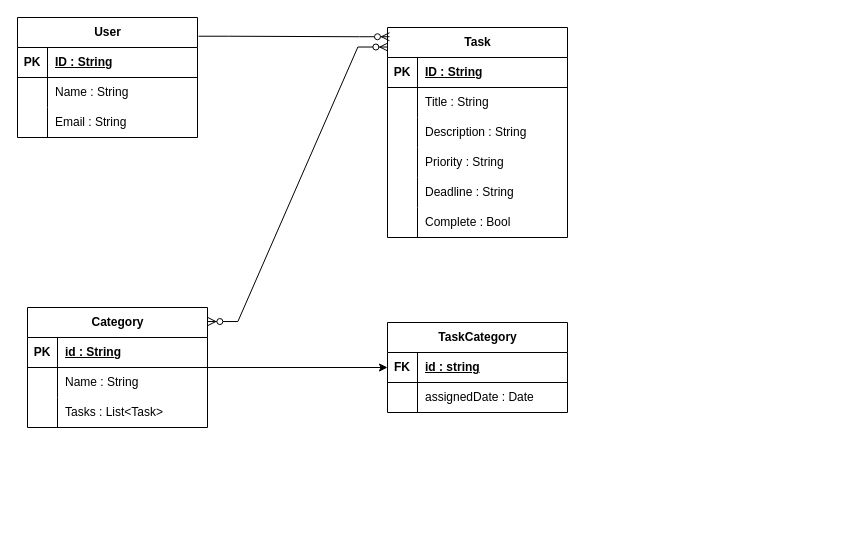
Earlier version of the draw.io diagram databaseDiagram/Untitled Diagram.drawio (parinya-ao/databaseMidtermProject). Source tidied: cells renumbered, new cells numbered last; positions are measured from the earlier drawing's top-left corner, leaving out a move shared by most shapes. Both pictures are drawn from the tidied source at 100%, with x=0, y=0 at pixel (17, 17).
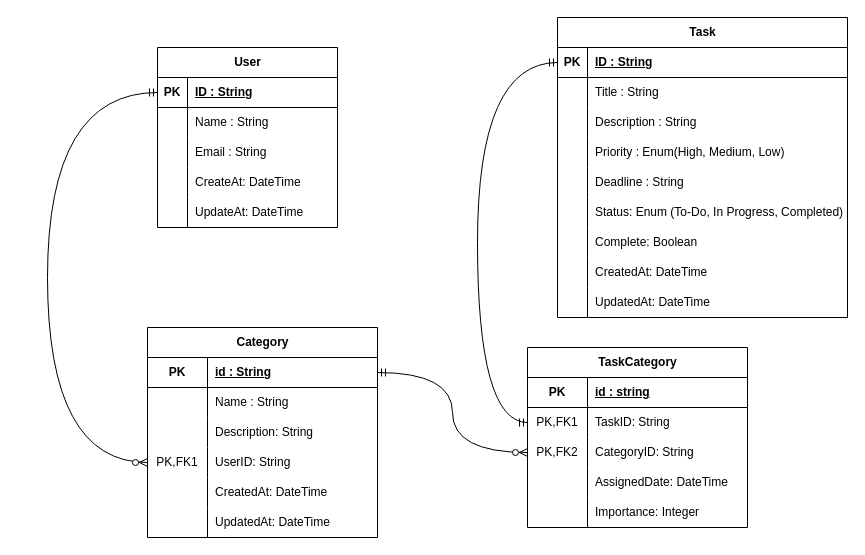
After the change.

The change refers to these unchanged cells:
```xml
<mxCell id="3" style="shape=tableRow;horizontal=0;startSize=0;swimlaneHead=0;swimlaneBody=0;fillColor=none;points=[[0,0.5],[1,0.5]];portConstraint=eastwest;top=0;left=0;right=0;bottom=1;" parent="2" vertex="1">
  <mxGeometry y="30" width="180" height="30" as="geometry" />
</mxCell>
```

Change to the diagram source:
```diff
@@
     <mxCell id="2" value="User" style="shape=table;startSize=30;childLayout=tableLayout;rowLines=0;fontStyle=1;align=center;html=1;" parent="1" vertex="1">
-      <mxGeometry width="180" height="120" as="geometry" />
+      <mxGeometry x="140" y="30" width="180" height="180" as="geometry" />
     </mxCell>
@@
+    <mxCell id="52" style="shape=tableRow;horizontal=0;startSize=0;swimlaneHead=0;swimlaneBody=0;fillColor=none;top=0;left=0;right=0;bottom=0;" parent="2" vertex="1">
+      <mxGeometry y="120" width="180" height="30" as="geometry" />
+    </mxCell>
+    <mxCell id="53" style="shape=partialRectangle;fillColor=none;top=0;left=0;bottom=0;right=0;overflow=hidden;whiteSpace=wrap;html=1;" parent="52" vertex="1">
+      <mxGeometry width="30" height="30" as="geometry" />
+    </mxCell>
+    <mxCell id="54" value="CreateAt: DateTime" style="shape=partialRectangle;fillColor=none;top=0;left=0;bottom=0;right=0;align=left;spacingLeft=6;overflow=hidden;whiteSpace=wrap;html=1;" parent="52" vertex="1">
+      <mxGeometry x="30" width="150" height="30" as="geometry" />
+    </mxCell>
+    <mxCell id="55" style="shape=tableRow;horizontal=0;startSize=0;swimlaneHead=0;swimlaneBody=0;fillColor=none;top=0;left=0;right=0;bottom=0;" parent="2" vertex="1">
+      <mxGeometry y="150" width="180" height="30" as="geometry" />
+    </mxCell>
+    <mxCell id="56" style="shape=partialRectangle;fillColor=none;top=0;left=0;bottom=0;right=0;overflow=hidden;whiteSpace=wrap;html=1;" parent="55" vertex="1">
+      <mxGeometry width="30" height="30" as="geometry" />
+    </mxCell>
+    <mxCell id="57" value="UpdateAt: DateTime" style="shape=partialRectangle;fillColor=none;top=0;left=0;bottom=0;right=0;align=left;spacingLeft=6;overflow=hidden;whiteSpace=wrap;html=1;" parent="55" vertex="1">
+      <mxGeometry x="30" width="150" height="30" as="geometry" />
+    </mxCell>
     <mxCell id="12" style="shape=tableRow;horizontal=0;startSize=0;swimlaneHead=0;swimlaneBody=0;fillColor=none;top=0;left=0;right=0;bottom=0;" parent="1" vertex="1">
-      <mxGeometry x="360" y="130" width="180" height="30" as="geometry" />
+      <mxGeometry x="430" y="130" width="180" height="30" as="geometry" />
     </mxCell>
     <mxCell id="13" value="Task" style="shape=table;startSize=30;childLayout=tableLayout;rowLines=0;fontStyle=1;align=center;html=1;" parent="1" vertex="1">
-      <mxGeometry x="370" y="10" width="180" height="210" as="geometry" />
+      <mxGeometry x="540" width="290" height="300" as="geometry" />
     </mxCell>
     <mxCell id="14" style="shape=tableRow;horizontal=0;startSize=0;swimlaneHead=0;swimlaneBody=0;fillColor=none;points=[[0,0.5],[1,0.5]];portConstraint=eastwest;top=0;left=0;right=0;bottom=1;" parent="13" vertex="1">
-      <mxGeometry y="30" width="180" height="30" as="geometry" />
+      <mxGeometry y="30" width="290" height="30" as="geometry" />
     </mxCell>
@@
     <mxCell id="16" value="ID : String" style="shape=partialRectangle;fillColor=none;top=0;left=0;bottom=0;right=0;align=left;spacingLeft=6;fontStyle=5;overflow=hidden;whiteSpace=wrap;html=1;" parent="14" vertex="1">
-      <mxGeometry x="30" width="150" height="30" as="geometry" />
+      <mxGeometry x="30" width="260" height="30" as="geometry" />
     </mxCell>
     <mxCell id="17" style="shape=tableRow;horizontal=0;startSize=0;swimlaneHead=0;swimlaneBody=0;fillColor=none;top=0;left=0;right=0;bottom=0;" parent="13" vertex="1">
-      <mxGeometry y="60" width="180" height="30" as="geometry" />
+      <mxGeometry y="60" width="290" height="30" as="geometry" />
     </mxCell>
@@
     <mxCell id="19" value="Title : String" style="shape=partialRectangle;fillColor=none;top=0;left=0;bottom=0;right=0;align=left;spacingLeft=6;overflow=hidden;whiteSpace=wrap;html=1;" parent="17" vertex="1">
-      <mxGeometry x="30" width="150" height="30" as="geometry" />
+      <mxGeometry x="30" width="260" height="30" as="geometry" />
     </mxCell>
     <mxCell id="20" style="shape=tableRow;horizontal=0;startSize=0;swimlaneHead=0;swimlaneBody=0;fillColor=none;top=0;left=0;right=0;bottom=0;" parent="13" vertex="1">
-      <mxGeometry y="90" width="180" height="30" as="geometry" />
+      <mxGeometry y="90" width="290" height="30" as="geometry" />
     </mxCell>
@@
     <mxCell id="22" value="Description : String" style="shape=partialRectangle;fillColor=none;top=0;left=0;bottom=0;right=0;align=left;spacingLeft=6;overflow=hidden;whiteSpace=wrap;html=1;" parent="20" vertex="1">
-      <mxGeometry x="30" width="150" height="30" as="geometry" />
+      <mxGeometry x="30" width="260" height="30" as="geometry" />
     </mxCell>
     <mxCell id="23" style="shape=tableRow;horizontal=0;startSize=0;swimlaneHead=0;swimlaneBody=0;fillColor=none;top=0;left=0;right=0;bottom=0;" parent="13" vertex="1">
-      <mxGeometry y="120" width="180" height="30" as="geometry" />
+      <mxGeometry y="120" width="290" height="30" as="geometry" />
     </mxCell>
@@
-    <mxCell id="25" value="Priority : String" style="shape=partialRectangle;fillColor=none;top=0;left=0;bottom=0;right=0;align=left;spacingLeft=6;overflow=hidden;whiteSpace=wrap;html=1;" parent="23" vertex="1">
-      <mxGeometry x="30" width="150" height="30" as="geometry" />
+    <mxCell id="25" value="Priority : Enum(High, Medium, Low)" style="shape=partialRectangle;fillColor=none;top=0;left=0;bottom=0;right=0;align=left;spacingLeft=6;overflow=hidden;whiteSpace=wrap;html=1;" parent="23" vertex="1">
+      <mxGeometry x="30" width="260" height="30" as="geometry" />
     </mxCell>
     <mxCell id="26" style="shape=tableRow;horizontal=0;startSize=0;swimlaneHead=0;swimlaneBody=0;fillColor=none;top=0;left=0;right=0;bottom=0;" parent="13" vertex="1">
-      <mxGeometry y="150" width="180" height="30" as="geometry" />
+      <mxGeometry y="150" width="290" height="30" as="geometry" />
     </mxCell>
@@
     <mxCell id="28" value="Deadline : String" style="shape=partialRectangle;fillColor=none;top=0;left=0;bottom=0;right=0;align=left;spacingLeft=6;overflow=hidden;whiteSpace=wrap;html=1;" parent="26" vertex="1">
-      <mxGeometry x="30" width="150" height="30" as="geometry" />
+      <mxGeometry x="30" width="260" height="30" as="geometry" />
     </mxCell>
     <mxCell id="29" style="shape=tableRow;horizontal=0;startSize=0;swimlaneHead=0;swimlaneBody=0;fillColor=none;top=0;left=0;right=0;bottom=0;" parent="13" vertex="1">
-      <mxGeometry y="180" width="180" height="30" as="geometry" />
+      <mxGeometry y="180" width="290" height="30" as="geometry" />
     </mxCell>
@@
-    <mxCell id="31" value="Complete : Bool" style="shape=partialRectangle;fillColor=none;top=0;left=0;bottom=0;right=0;align=left;spacingLeft=6;overflow=hidden;whiteSpace=wrap;html=1;" parent="29" vertex="1">
-      <mxGeometry x="30" width="150" height="30" as="geometry" />
+    <mxCell id="31" value="Status: Enum (To-Do, In Progress, Completed)" style="shape=partialRectangle;fillColor=none;top=0;left=0;bottom=0;right=0;align=left;spacingLeft=6;overflow=hidden;whiteSpace=wrap;html=1;" parent="29" vertex="1">
+      <mxGeometry x="30" width="260" height="30" as="geometry" />
     </mxCell>
-    <mxCell id="32" style="edgeStyle=orthogonalEdgeStyle;rounded=0;jettySize=auto;html=1;exitX=1;exitY=0.5;exitDx=0;exitDy=0;entryX=0;entryY=0.5;entryDx=0;entryDy=0;" parent="1" edge="1" source="33" target="45">
-      <mxGeometry relative="1" as="geometry" />
-    </mxCell>
+    <mxCell id="58" style="shape=tableRow;horizontal=0;startSize=0;swimlaneHead=0;swimlaneBody=0;fillColor=none;top=0;left=0;right=0;bottom=0;" parent="13" vertex="1">
+      <mxGeometry y="210" width="290" height="30" as="geometry" />
+    </mxCell>
+    <mxCell id="59" style="shape=partialRectangle;fillColor=none;top=0;left=0;bottom=0;right=0;overflow=hidden;whiteSpace=wrap;html=1;" parent="58" vertex="1">
+      <mxGeometry width="30" height="30" as="geometry" />
+    </mxCell>
+    <mxCell id="60" value="Complete: Boolean" style="shape=partialRectangle;fillColor=none;top=0;left=0;bottom=0;right=0;align=left;spacingLeft=6;overflow=hidden;whiteSpace=wrap;html=1;" parent="58" vertex="1">
+      <mxGeometry x="30" width="260" height="30" as="geometry" />
+    </mxCell>
+    <mxCell id="61" style="shape=tableRow;horizontal=0;startSize=0;swimlaneHead=0;swimlaneBody=0;fillColor=none;top=0;left=0;right=0;bottom=0;" parent="13" vertex="1">
+      <mxGeometry y="240" width="290" height="30" as="geometry" />
+    </mxCell>
+    <mxCell id="62" style="shape=partialRectangle;fillColor=none;top=0;left=0;bottom=0;right=0;overflow=hidden;whiteSpace=wrap;html=1;" parent="61" vertex="1">
+      <mxGeometry width="30" height="30" as="geometry" />
+    </mxCell>
+    <mxCell id="63" value="CreatedAt: DateTime" style="shape=partialRectangle;fillColor=none;top=0;left=0;bottom=0;right=0;align=left;spacingLeft=6;overflow=hidden;whiteSpace=wrap;html=1;" parent="61" vertex="1">
+      <mxGeometry x="30" width="260" height="30" as="geometry" />
+    </mxCell>
+    <mxCell id="64" style="shape=tableRow;horizontal=0;startSize=0;swimlaneHead=0;swimlaneBody=0;fillColor=none;top=0;left=0;right=0;bottom=0;" parent="13" vertex="1">
+      <mxGeometry y="270" width="290" height="30" as="geometry" />
+    </mxCell>
+    <mxCell id="65" style="shape=partialRectangle;fillColor=none;top=0;left=0;bottom=0;right=0;overflow=hidden;whiteSpace=wrap;html=1;" parent="64" vertex="1">
+      <mxGeometry width="30" height="30" as="geometry" />
+    </mxCell>
+    <mxCell id="66" value="UpdatedAt: DateTime" style="shape=partialRectangle;fillColor=none;top=0;left=0;bottom=0;right=0;align=left;spacingLeft=6;overflow=hidden;whiteSpace=wrap;html=1;" parent="64" vertex="1">
+      <mxGeometry x="30" width="260" height="30" as="geometry" />
+    </mxCell>
     <mxCell id="33" value="Category" style="shape=table;startSize=30;childLayout=tableLayout;rowLines=0;fontStyle=1;align=center;html=1;" parent="1" vertex="1">
-      <mxGeometry x="10" y="290" width="180" height="120" as="geometry" />
+      <mxGeometry x="130" y="310" width="230" height="210" as="geometry" />
     </mxCell>
     <mxCell id="34" style="shape=tableRow;horizontal=0;startSize=0;swimlaneHead=0;swimlaneBody=0;fillColor=none;points=[[0,0.5],[1,0.5]];portConstraint=eastwest;top=0;left=0;right=0;bottom=1;" parent="33" vertex="1">
-      <mxGeometry y="30" width="180" height="30" as="geometry" />
+      <mxGeometry y="30" width="230" height="30" as="geometry" />
     </mxCell>
     <mxCell id="35" value="PK" style="shape=partialRectangle;fillColor=none;top=0;left=0;bottom=0;right=0;fontStyle=1;overflow=hidden;whiteSpace=wrap;html=1;" parent="34" vertex="1">
-      <mxGeometry width="30" height="30" as="geometry" />
+      <mxGeometry width="60" height="30" as="geometry" />
     </mxCell>
     <mxCell id="36" value="id : String" style="shape=partialRectangle;fillColor=none;top=0;left=0;bottom=0;right=0;align=left;spacingLeft=6;fontStyle=5;overflow=hidden;whiteSpace=wrap;html=1;" parent="34" vertex="1">
-      <mxGeometry x="30" width="150" height="30" as="geometry" />
+      <mxGeometry x="60" width="170" height="30" as="geometry" />
     </mxCell>
     <mxCell id="37" style="shape=tableRow;horizontal=0;startSize=0;swimlaneHead=0;swimlaneBody=0;fillColor=none;top=0;left=0;right=0;bottom=0;" parent="33" vertex="1">
-      <mxGeometry y="60" width="180" height="30" as="geometry" />
+      <mxGeometry y="60" width="230" height="30" as="geometry" />
     </mxCell>
     <mxCell id="38" style="shape=partialRectangle;fillColor=none;top=0;left=0;bottom=0;right=0;overflow=hidden;whiteSpace=wrap;html=1;" parent="37" vertex="1">
-      <mxGeometry width="30" height="30" as="geometry" />
+      <mxGeometry width="60" height="30" as="geometry" />
     </mxCell>
     <mxCell id="39" value="Name : String" style="shape=partialRectangle;fillColor=none;top=0;left=0;bottom=0;right=0;align=left;spacingLeft=6;overflow=hidden;whiteSpace=wrap;html=1;" parent="37" vertex="1">
-      <mxGeometry x="30" width="150" height="30" as="geometry" />
+      <mxGeometry x="60" width="170" height="30" as="geometry" />
     </mxCell>
+    <mxCell id="67" style="shape=tableRow;horizontal=0;startSize=0;swimlaneHead=0;swimlaneBody=0;fillColor=none;top=0;left=0;right=0;bottom=0;" parent="33" vertex="1">
+      <mxGeometry y="90" width="230" height="30" as="geometry" />
+    </mxCell>
+    <mxCell id="68" style="shape=partialRectangle;fillColor=none;top=0;left=0;bottom=0;right=0;overflow=hidden;whiteSpace=wrap;html=1;" parent="67" vertex="1">
+      <mxGeometry width="60" height="30" as="geometry" />
+    </mxCell>
+    <mxCell id="69" value="Description: String" style="shape=partialRectangle;fillColor=none;top=0;left=0;bottom=0;right=0;align=left;spacingLeft=6;overflow=hidden;whiteSpace=wrap;html=1;" parent="67" vertex="1">
+      <mxGeometry x="60" width="170" height="30" as="geometry" />
+    </mxCell>
     <mxCell id="40" style="shape=tableRow;horizontal=0;startSize=0;swimlaneHead=0;swimlaneBody=0;fillColor=none;points=[[0,0.5],[1,0.5]];portConstraint=eastwest;top=0;left=0;right=0;bottom=0;" parent="33" vertex="1">
-      <mxGeometry y="90" width="180" height="30" as="geometry" />
+      <mxGeometry y="120" width="230" height="30" as="geometry" />
     </mxCell>
-    <mxCell id="41" style="shape=partialRectangle;fillColor=none;top=0;left=0;bottom=0;right=0;overflow=hidden;whiteSpace=wrap;html=1;" parent="40" vertex="1">
-      <mxGeometry width="30" height="30" as="geometry" />
+    <mxCell id="41" value="PK,FK1" style="shape=partialRectangle;fillColor=none;top=0;left=0;bottom=0;right=0;overflow=hidden;whiteSpace=wrap;html=1;" parent="40" vertex="1">
+      <mxGeometry width="60" height="30" as="geometry" />
     </mxCell>
-    <mxCell id="42" value="Tasks : List&amp;lt;Task&amp;gt;" style="shape=partialRectangle;fillColor=none;top=0;left=0;bottom=0;right=0;align=left;spacingLeft=6;overflow=hidden;whiteSpace=wrap;html=1;" parent="40" vertex="1">
-      <mxGeometry x="30" width="150" height="30" as="geometry" />
+    <mxCell id="42" value="UserID: String&amp;nbsp;" style="shape=partialRectangle;fillColor=none;top=0;left=0;bottom=0;right=0;align=left;spacingLeft=6;overflow=hidden;whiteSpace=wrap;html=1;" parent="40" vertex="1">
+      <mxGeometry x="60" width="170" height="30" as="geometry" />
     </mxCell>
-    <mxCell id="43" style="edgeStyle=entityRelationEdgeStyle;fontSize=12;html=1;endArrow=ERzeroToMany;endFill=1;rounded=0;exitX=1.006;exitY=0.156;exitDx=0;exitDy=0;exitPerimeter=0;entryX=0.011;entryY=0.044;entryDx=0;entryDy=0;entryPerimeter=0;" parent="1" edge="1" source="2" target="13">
-      <mxGeometry relative="1" as="geometry">
-        <Array as="points">
-          <mxPoint x="270" y="50" />
-        </Array>
-      </mxGeometry>
-    </mxCell>
+    <mxCell id="70" style="shape=tableRow;horizontal=0;startSize=0;swimlaneHead=0;swimlaneBody=0;fillColor=none;top=0;left=0;right=0;bottom=0;" parent="33" vertex="1">
+      <mxGeometry y="150" width="230" height="30" as="geometry" />
+    </mxCell>
+    <mxCell id="71" style="shape=partialRectangle;fillColor=none;top=0;left=0;bottom=0;right=0;overflow=hidden;whiteSpace=wrap;html=1;" parent="70" vertex="1">
+      <mxGeometry width="60" height="30" as="geometry" />
+    </mxCell>
+    <mxCell id="72" value="CreatedAt: DateTime" style="shape=partialRectangle;fillColor=none;top=0;left=0;bottom=0;right=0;align=left;spacingLeft=6;overflow=hidden;whiteSpace=wrap;html=1;" parent="70" vertex="1">
+      <mxGeometry x="60" width="170" height="30" as="geometry" />
+    </mxCell>
+    <mxCell id="73" style="shape=tableRow;horizontal=0;startSize=0;swimlaneHead=0;swimlaneBody=0;fillColor=none;top=0;left=0;right=0;bottom=0;" parent="33" vertex="1">
+      <mxGeometry y="180" width="230" height="30" as="geometry" />
+    </mxCell>
+    <mxCell id="74" style="shape=partialRectangle;fillColor=none;top=0;left=0;bottom=0;right=0;overflow=hidden;whiteSpace=wrap;html=1;" parent="73" vertex="1">
+      <mxGeometry width="60" height="30" as="geometry" />
+    </mxCell>
+    <mxCell id="75" value="UpdatedAt: DateTime" style="shape=partialRectangle;fillColor=none;top=0;left=0;bottom=0;right=0;align=left;spacingLeft=6;overflow=hidden;whiteSpace=wrap;html=1;" parent="73" vertex="1">
+      <mxGeometry x="60" width="170" height="30" as="geometry" />
+    </mxCell>
     <mxCell id="44" value="TaskCategory" style="shape=table;startSize=30;childLayout=tableLayout;rowLines=0;fontStyle=1;align=center;html=1;" parent="1" vertex="1">
-      <mxGeometry x="370" y="305" width="180" height="90" as="geometry" />
+      <mxGeometry x="510" y="330" width="220" height="180" as="geometry" />
     </mxCell>
     <mxCell id="45" style="shape=tableRow;horizontal=0;startSize=0;swimlaneHead=0;swimlaneBody=0;fillColor=none;points=[[0,0.5],[1,0.5]];portConstraint=eastwest;top=0;left=0;right=0;bottom=1;" parent="44" vertex="1">
-      <mxGeometry y="30" width="180" height="30" as="geometry" />
+      <mxGeometry y="30" width="220" height="30" as="geometry" />
     </mxCell>
-    <mxCell id="46" value="FK" style="shape=partialRectangle;fillColor=none;top=0;left=0;bottom=0;right=0;fontStyle=1;overflow=hidden;whiteSpace=wrap;html=1;" parent="45" vertex="1">
-      <mxGeometry width="30" height="30" as="geometry" />
+    <mxCell id="46" value="PK" style="shape=partialRectangle;fillColor=none;top=0;left=0;bottom=0;right=0;fontStyle=1;overflow=hidden;whiteSpace=wrap;html=1;" parent="45" vertex="1">
+      <mxGeometry width="60" height="30" as="geometry" />
     </mxCell>
     <mxCell id="47" value="id : string" style="shape=partialRectangle;fillColor=none;top=0;left=0;bottom=0;right=0;align=left;spacingLeft=6;fontStyle=5;overflow=hidden;whiteSpace=wrap;html=1;" parent="45" vertex="1">
-      <mxGeometry x="30" width="150" height="30" as="geometry" />
+      <mxGeometry x="60" width="160" height="30" as="geometry" />
     </mxCell>
     <mxCell id="48" style="shape=tableRow;horizontal=0;startSize=0;swimlaneHead=0;swimlaneBody=0;fillColor=none;points=[[0,0.5],[1,0.5]];portConstraint=eastwest;top=0;left=0;right=0;bottom=0;" parent="44" vertex="1">
-      <mxGeometry y="60" width="180" height="30" as="geometry" />
+      <mxGeometry y="60" width="220" height="30" as="geometry" />
     </mxCell>
-    <mxCell id="49" style="shape=partialRectangle;fillColor=none;top=0;left=0;bottom=0;right=0;overflow=hidden;whiteSpace=wrap;html=1;" parent="48" vertex="1">
-      <mxGeometry width="30" height="30" as="geometry" />
+    <mxCell id="49" value="PK,FK1" style="shape=partialRectangle;fillColor=none;top=0;left=0;bottom=0;right=0;overflow=hidden;whiteSpace=wrap;html=1;" parent="48" vertex="1">
+      <mxGeometry width="60" height="30" as="geometry" />
     </mxCell>
-    <mxCell id="50" value="assignedDate : Date" style="shape=partialRectangle;fillColor=none;top=0;left=0;bottom=0;right=0;align=left;spacingLeft=6;overflow=hidden;whiteSpace=wrap;html=1;" parent="48" vertex="1">
-      <mxGeometry x="30" width="150" height="30" as="geometry" />
+    <mxCell id="50" value="TaskID: String" style="shape=partialRectangle;fillColor=none;top=0;left=0;bottom=0;right=0;align=left;spacingLeft=6;overflow=hidden;whiteSpace=wrap;html=1;" parent="48" vertex="1">
+      <mxGeometry x="60" width="160" height="30" as="geometry" />
     </mxCell>
-    <mxCell id="51" style="edgeStyle=entityRelationEdgeStyle;fontSize=12;html=1;endArrow=ERzeroToMany;endFill=1;startArrow=ERzeroToMany;rounded=0;exitX=1.002;exitY=0.117;exitDx=0;exitDy=0;exitPerimeter=0;entryX=0.002;entryY=0.093;entryDx=0;entryDy=0;entryPerimeter=0;" parent="1" edge="1" source="33" target="13">
-      <mxGeometry relative="1" as="geometry" />
-    </mxCell>
+    <mxCell id="76" style="shape=tableRow;horizontal=0;startSize=0;swimlaneHead=0;swimlaneBody=0;fillColor=none;points=[[0,0.5],[1,0.5]];portConstraint=eastwest;top=0;left=0;right=0;bottom=0;" parent="44" vertex="1">
+      <mxGeometry y="90" width="220" height="30" as="geometry" />
+    </mxCell>
+    <mxCell id="77" value="PK,FK2" style="shape=partialRectangle;fillColor=none;top=0;left=0;bottom=0;right=0;overflow=hidden;whiteSpace=wrap;html=1;" parent="76" vertex="1">
+      <mxGeometry width="60" height="30" as="geometry" />
+    </mxCell>
+    <mxCell id="78" value="CategoryID: String" style="shape=partialRectangle;fillColor=none;top=0;left=0;bottom=0;right=0;align=left;spacingLeft=6;overflow=hidden;whiteSpace=wrap;html=1;" parent="76" vertex="1">
+      <mxGeometry x="60" width="160" height="30" as="geometry" />
+    </mxCell>
+    <mxCell id="79" style="shape=tableRow;horizontal=0;startSize=0;swimlaneHead=0;swimlaneBody=0;fillColor=none;top=0;left=0;right=0;bottom=0;" parent="44" vertex="1">
+      <mxGeometry y="120" width="220" height="30" as="geometry" />
+    </mxCell>
+    <mxCell id="80" style="shape=partialRectangle;fillColor=none;top=0;left=0;bottom=0;right=0;overflow=hidden;whiteSpace=wrap;html=1;" parent="79" vertex="1">
+      <mxGeometry width="60" height="30" as="geometry" />
+    </mxCell>
+    <mxCell id="81" value="AssignedDate: DateTime" style="shape=partialRectangle;fillColor=none;top=0;left=0;bottom=0;right=0;align=left;spacingLeft=6;overflow=hidden;whiteSpace=wrap;html=1;" parent="79" vertex="1">
+      <mxGeometry x="60" width="160" height="30" as="geometry" />
+    </mxCell>
+    <mxCell id="82" style="shape=tableRow;horizontal=0;startSize=0;swimlaneHead=0;swimlaneBody=0;fillColor=none;top=0;left=0;right=0;bottom=0;" parent="44" vertex="1">
+      <mxGeometry y="150" width="220" height="30" as="geometry" />
+    </mxCell>
+    <mxCell id="83" style="shape=partialRectangle;fillColor=none;top=0;left=0;bottom=0;right=0;overflow=hidden;whiteSpace=wrap;html=1;" parent="82" vertex="1">
+      <mxGeometry width="60" height="30" as="geometry" />
+    </mxCell>
+    <mxCell id="84" value="Importance: Integer" style="shape=partialRectangle;fillColor=none;top=0;left=0;bottom=0;right=0;align=left;spacingLeft=6;overflow=hidden;whiteSpace=wrap;html=1;" parent="82" vertex="1">
+      <mxGeometry x="60" width="160" height="30" as="geometry" />
+    </mxCell>
+    <mxCell id="85" style="edgeStyle=orthogonalEdgeStyle;fontSize=12;html=1;endArrow=ERzeroToMany;startArrow=ERmandOne;rounded=0;entryX=0;entryY=0.5;entryDx=0;entryDy=0;curved=1;exitX=0;exitY=0.5;exitDx=0;exitDy=0;" parent="1" edge="1" source="3" target="40">
+      <mxGeometry relative="1" as="geometry">
+        <Array as="points">
+          <mxPoint x="30" y="75" />
+          <mxPoint x="30" y="445" />
+        </Array>
+      </mxGeometry>
+    </mxCell>
+    <mxCell id="86" style="edgeStyle=orthogonalEdgeStyle;fontSize=12;html=1;endArrow=ERzeroToMany;startArrow=ERmandOne;rounded=0;curved=1;exitX=1;exitY=0.5;exitDx=0;exitDy=0;entryX=0;entryY=0.5;entryDx=0;entryDy=0;" parent="1" edge="1" source="34" target="76">
+      <mxGeometry relative="1" as="geometry" />
+    </mxCell>
+    <mxCell id="87" style="edgeStyle=orthogonalEdgeStyle;fontSize=12;html=1;endArrow=ERmandOne;startArrow=ERmandOne;rounded=0;curved=1;entryX=0;entryY=0.5;entryDx=0;entryDy=0;exitX=0;exitY=0.5;exitDx=0;exitDy=0;" parent="1" edge="1" source="48" target="14">
+      <mxGeometry relative="1" as="geometry">
+        <Array as="points">
+          <mxPoint x="460" y="405" />
+          <mxPoint x="460" y="45" />
+        </Array>
+      </mxGeometry>
+    </mxCell>
```
